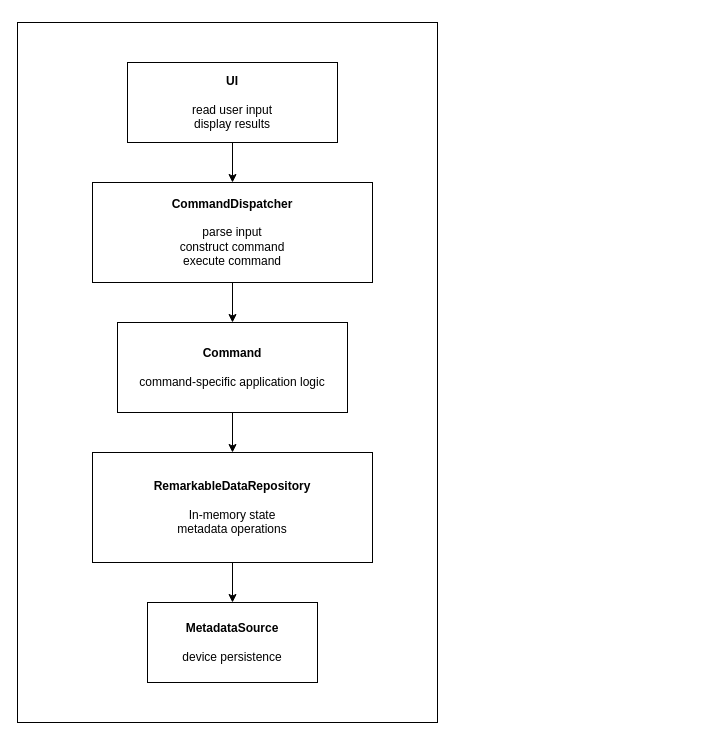
The draw.io diagram doc/remarkable-vfs-architecture.drawio in heidi-holappa/remarkable-virtual-filesystem, before the edit. Source tidied: cells renumbered, new cells numbered last; positions are measured from the earlier drawing's top-left corner, leaving out a move shared by most shapes. Both pictures are drawn from the tidied source at 100%, with x=0, y=0 at pixel (17, 22).
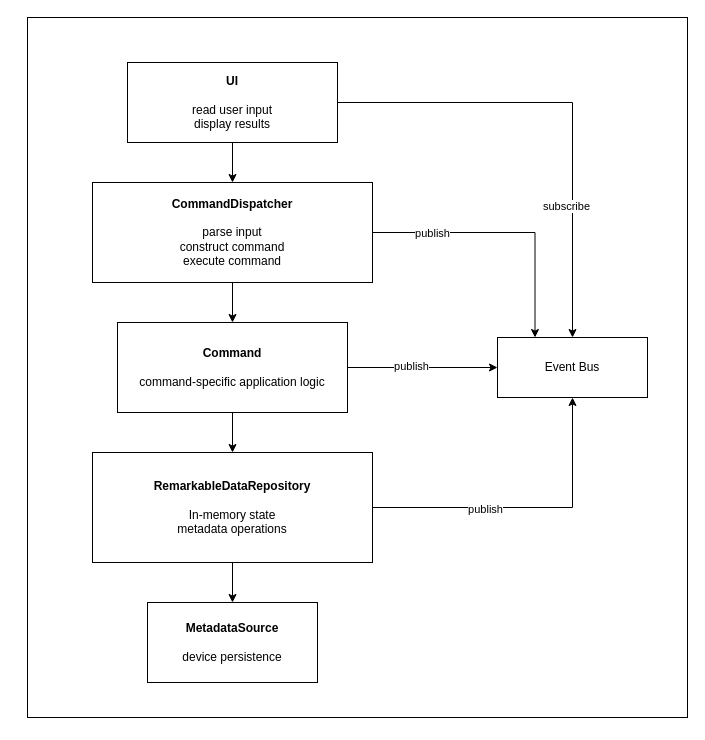
After the change.

Commit message:
Add event bus to architecture

Unchanged cells that the change refers to:
```xml
<mxCell id="4" value="&lt;div&gt;&lt;b&gt;Command&lt;/b&gt;&lt;/div&gt;&lt;div&gt;&lt;br&gt;&lt;/div&gt;&lt;div&gt;command-specific application logic&lt;/div&gt;" style="rounded=0;whiteSpace=wrap;html=1;" parent="1" vertex="1">
  <mxGeometry x="100" y="300" width="230" height="90" as="geometry" />
</mxCell>
<mxCell id="5" value="&lt;div&gt;&lt;b&gt;CommandDispatcher&lt;/b&gt;&lt;/div&gt;&lt;div&gt;&lt;br&gt;&lt;/div&gt;&lt;div&gt;parse input&lt;/div&gt;&lt;div&gt;construct command&lt;/div&gt;&lt;div&gt;execute command&lt;/div&gt;" style="rounded=0;whiteSpace=wrap;html=1;" parent="1" vertex="1">
  <mxGeometry x="75" y="160" width="280" height="100" as="geometry" />
</mxCell>
<mxCell id="6" value="&lt;div&gt;&lt;b&gt;UI&lt;/b&gt;&lt;/div&gt;&lt;div&gt;&lt;br&gt;&lt;/div&gt;&lt;div&gt;read user input&lt;/div&gt;&lt;div&gt;display results&lt;/div&gt;" style="rounded=0;whiteSpace=wrap;html=1;" parent="1" vertex="1">
  <mxGeometry x="110" y="40" width="210" height="80" as="geometry" />
</mxCell>
<mxCell id="8" value="&lt;div&gt;&lt;b&gt;RemarkableDataRepository&lt;/b&gt;&lt;/div&gt;&lt;div&gt;&lt;br&gt;&lt;/div&gt;&lt;div&gt;In-memory state&lt;/div&gt;&lt;div&gt;metadata operations&lt;/div&gt;" style="rounded=0;whiteSpace=wrap;html=1;" parent="1" vertex="1">
  <mxGeometry x="75" y="430" width="280" height="110" as="geometry" />
</mxCell>
```

Change to the diagram source:
```diff
@@
     <mxCell id="2" style="rounded=0;whiteSpace=wrap;html=1;" parent="1" vertex="1">
-      <mxGeometry width="420" height="700" as="geometry" />
+      <mxGeometry x="10" y="-5" width="660" height="700" as="geometry" />
     </mxCell>
@@
+    <mxCell id="12" style="edgeStyle=orthogonalEdgeStyle;rounded=0;jettySize=auto;html=1;" parent="1" edge="1" source="4" target="18">
+      <mxGeometry relative="1" as="geometry" />
+    </mxCell>
+    <mxCell id="13" value="publish" style="edgeLabel;html=1;align=center;verticalAlign=middle;" parent="12" vertex="1">
+      <mxGeometry x="-0.16" y="2" relative="1" as="geometry" />
+    </mxCell>
@@
+    <mxCell id="14" style="edgeStyle=orthogonalEdgeStyle;rounded=0;jettySize=auto;html=1;entryX=0.25;entryY=0;entryDx=0;entryDy=0;" parent="1" edge="1" source="5" target="18">
+      <mxGeometry relative="1" as="geometry" />
+    </mxCell>
+    <mxCell id="15" value="publish" style="edgeLabel;html=1;align=center;verticalAlign=middle;" parent="14" vertex="1">
+      <mxGeometry x="-0.56" relative="1" as="geometry" />
+    </mxCell>
@@
+    <mxCell id="16" style="edgeStyle=orthogonalEdgeStyle;rounded=0;jettySize=auto;html=1;entryX=0.5;entryY=1;entryDx=0;entryDy=0;" parent="1" edge="1" source="8" target="18">
+      <mxGeometry relative="1" as="geometry" />
+    </mxCell>
+    <mxCell id="17" value="publish" style="edgeLabel;html=1;align=center;verticalAlign=middle;" parent="16" vertex="1">
+      <mxGeometry x="-0.28" y="-1" relative="1" as="geometry" />
+    </mxCell>
@@
+    <mxCell id="18" value="Event Bus" style="rounded=0;whiteSpace=wrap;html=1;" parent="1" vertex="1">
+      <mxGeometry x="480" y="315" width="150" height="60" as="geometry" />
+    </mxCell>
+    <mxCell id="19" style="edgeStyle=orthogonalEdgeStyle;rounded=0;jettySize=auto;html=1;" parent="1" edge="1" source="6" target="18">
+      <mxGeometry relative="1" as="geometry" />
+    </mxCell>
+    <mxCell id="20" value="subscribe" style="edgeLabel;html=1;align=center;verticalAlign=middle;" parent="19" vertex="1">
+      <mxGeometry x="0.52" y="7" relative="1" as="geometry">
+        <mxPoint x="-14" y="-19" as="offset" />
+      </mxGeometry>
+    </mxCell>
```
